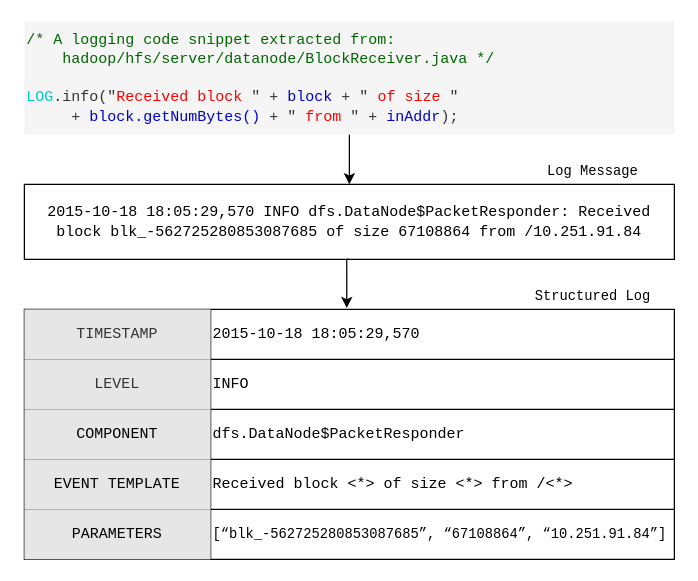
CorrieScheepers/Masters keeps this draw.io diagram as img/Chapter1/Log_Parsing_Example/Log_Parsing_Example.drawio. Above is the earlier version. Source tidied: cells renumbered, new cells numbered last; positions are measured from the earlier drawing's top-left corner, leaving out a move shared by most shapes. Both pictures are drawn from the tidied source at 125%, with x=0, y=0 at pixel (24, 21).
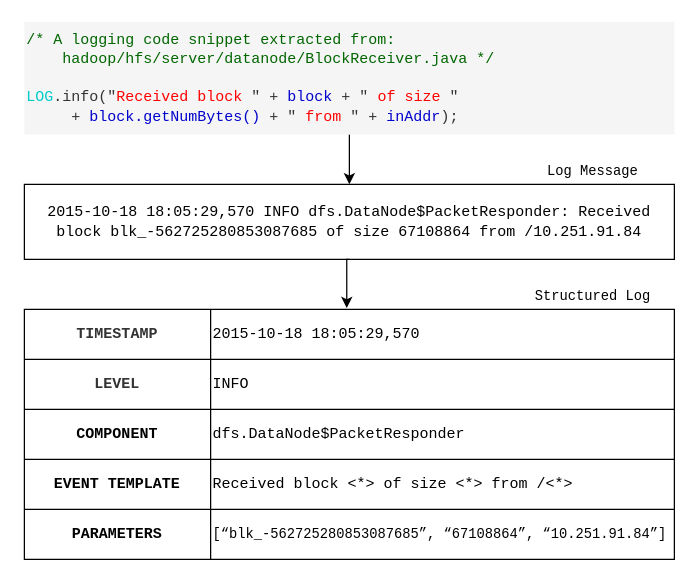
The same diagram, later.

Unchanged cells that the change refers to:
```xml
<mxCell id="7" style="shape=partialRectangle;html=1;whiteSpace=wrap;fillColor=none;top=0;left=0;bottom=0;right=0;points=[[0,0.5],[1,0.5]];portConstraint=eastwest;" parent="6" vertex="1">
  <mxGeometry width="520" height="40" as="geometry" />
</mxCell>
<mxCell id="10" style="shape=partialRectangle;html=1;whiteSpace=wrap;fillColor=none;top=0;left=0;bottom=0;right=0;" parent="6" vertex="1">
  <mxGeometry y="40" width="520" height="40" as="geometry" />
</mxCell>
<mxCell id="13" style="shape=partialRectangle;html=1;whiteSpace=wrap;fillColor=none;top=0;left=0;bottom=0;right=0;strokeWidth=4;" parent="6" vertex="1">
  <mxGeometry y="80" width="520" height="40" as="geometry" />
</mxCell>
<mxCell id="16" style="shape=partialRectangle;html=1;whiteSpace=wrap;fillColor=none;top=0;left=0;bottom=0;right=0;" parent="6" vertex="1">
  <mxGeometry y="120" width="520" height="40" as="geometry" />
</mxCell>
<mxCell id="19" style="shape=partialRectangle;html=1;whiteSpace=wrap;fillColor=none;top=0;left=0;bottom=0;right=0;" parent="6" vertex="1">
  <mxGeometry y="160" width="520" height="40" as="geometry" />
</mxCell>
```

The edit, as a diff of the source:
```diff
@@
-    <mxCell id="6" style="shape=table;html=1;whiteSpace=wrap;startSize=0;childLayout=tableLayout;align=left;fontFamily=Monospace;strokeWidth=1;perimeterSpacing=1;" parent="1" vertex="1">
+    <mxCell id="6" style="shape=table;html=1;whiteSpace=wrap;startSize=0;childLayout=tableLayout;align=left;fontFamily=Monospace;strokeWidth=1;perimeterSpacing=1;fillColor=none;" parent="1" vertex="1">
       <mxGeometry y="230" width="520" height="200" as="geometry" />
     </mxCell>
@@
-    <mxCell id="8" value="TIMESTAMP" style="shape=partialRectangle;html=1;whiteSpace=wrap;overflow=hidden;top=0;left=0;bottom=0;right=0;fontFamily=Monospace;fontColor=#333333;fillColor=#E6E6E6;perimeterSpacing=1;" parent="7" vertex="1">
+    <mxCell id="8" value="TIMESTAMP" style="shape=partialRectangle;html=1;whiteSpace=wrap;overflow=hidden;top=0;left=0;bottom=0;right=0;fontFamily=Monospace;fontColor=#333333;perimeterSpacing=1;fillColor=none;fontStyle=1;" parent="7" vertex="1">
       <mxGeometry width="149" height="40" as="geometry" />
     </mxCell>
@@
-    <mxCell id="11" value="LEVEL" style="shape=partialRectangle;html=1;whiteSpace=wrap;overflow=hidden;top=0;left=0;bottom=0;right=0;fontColor=#333333;fontFamily=Monospace;fillColor=#E6E6E6;perimeterSpacing=1;" parent="10" vertex="1">
+    <mxCell id="11" value="LEVEL" style="shape=partialRectangle;html=1;whiteSpace=wrap;overflow=hidden;top=0;left=0;bottom=0;right=0;fontColor=#333333;fontFamily=Monospace;perimeterSpacing=1;fillColor=none;fontStyle=1;" parent="10" vertex="1">
       <mxGeometry width="149" height="40" as="geometry" />
     </mxCell>
@@
-    <mxCell id="14" value="COMPONENT" style="shape=partialRectangle;html=1;whiteSpace=wrap;overflow=hidden;top=0;left=0;bottom=0;right=0;fontFamily=Monospace;fillColor=#E6E6E6;perimeterSpacing=1;shadow=0;" parent="13" vertex="1">
+    <mxCell id="14" value="COMPONENT" style="shape=partialRectangle;html=1;whiteSpace=wrap;overflow=hidden;top=0;left=0;bottom=0;right=0;fontFamily=Monospace;perimeterSpacing=1;shadow=0;fillColor=none;fontStyle=1;" parent="13" vertex="1">
       <mxGeometry width="149" height="40" as="geometry" />
     </mxCell>
@@
-    <mxCell id="17" value="EVENT TEMPLATE" style="shape=partialRectangle;html=1;whiteSpace=wrap;overflow=hidden;top=0;left=0;bottom=0;right=0;fontFamily=Monospace;fillColor=#E6E6E6;perimeterSpacing=1;" parent="16" vertex="1">
+    <mxCell id="17" value="EVENT TEMPLATE" style="shape=partialRectangle;html=1;whiteSpace=wrap;overflow=hidden;top=0;left=0;bottom=0;right=0;fontFamily=Monospace;perimeterSpacing=1;fillColor=none;fontStyle=1;" parent="16" vertex="1">
       <mxGeometry width="149" height="40" as="geometry" />
     </mxCell>
@@
-    <mxCell id="20" value="PARAMETERS" style="shape=partialRectangle;html=1;whiteSpace=wrap;overflow=hidden;top=0;left=0;bottom=0;right=0;fontFamily=Monospace;fillColor=#E6E6E6;perimeterSpacing=1;" parent="19" vertex="1">
+    <mxCell id="20" value="PARAMETERS" style="shape=partialRectangle;html=1;whiteSpace=wrap;overflow=hidden;top=0;left=0;bottom=0;right=0;fontFamily=Monospace;perimeterSpacing=1;fillColor=none;fontStyle=1;" parent="19" vertex="1">
       <mxGeometry width="149" height="40" as="geometry" />
     </mxCell>
```
